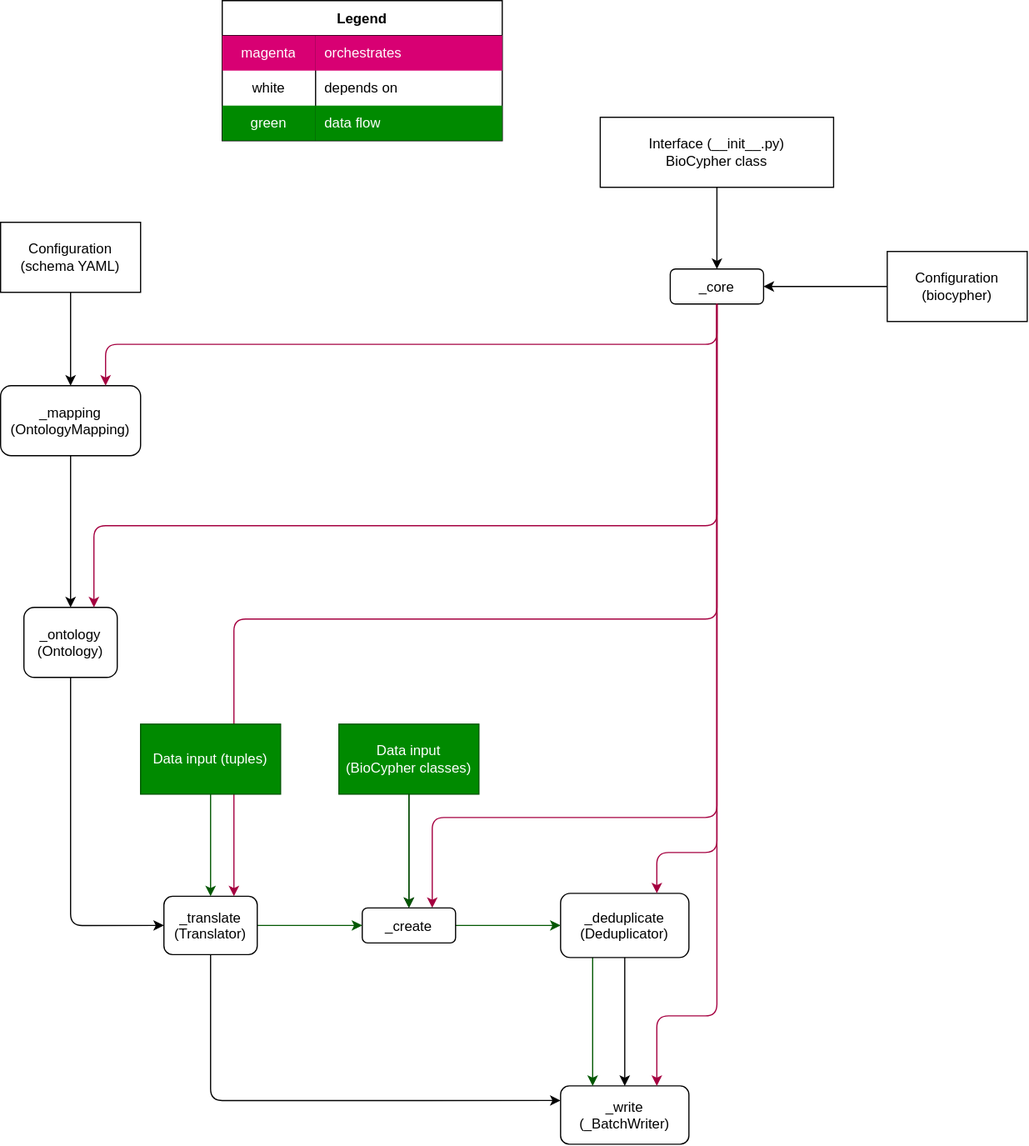
biocypher/biocypher keeps this draw.io diagram as write_mode.drawio.svg. Above is the earlier version. Source tidied: cells renumbered, new cells last; positions are measured from the earlier drawing's top-left corner, leaving out a move shared by most shapes.
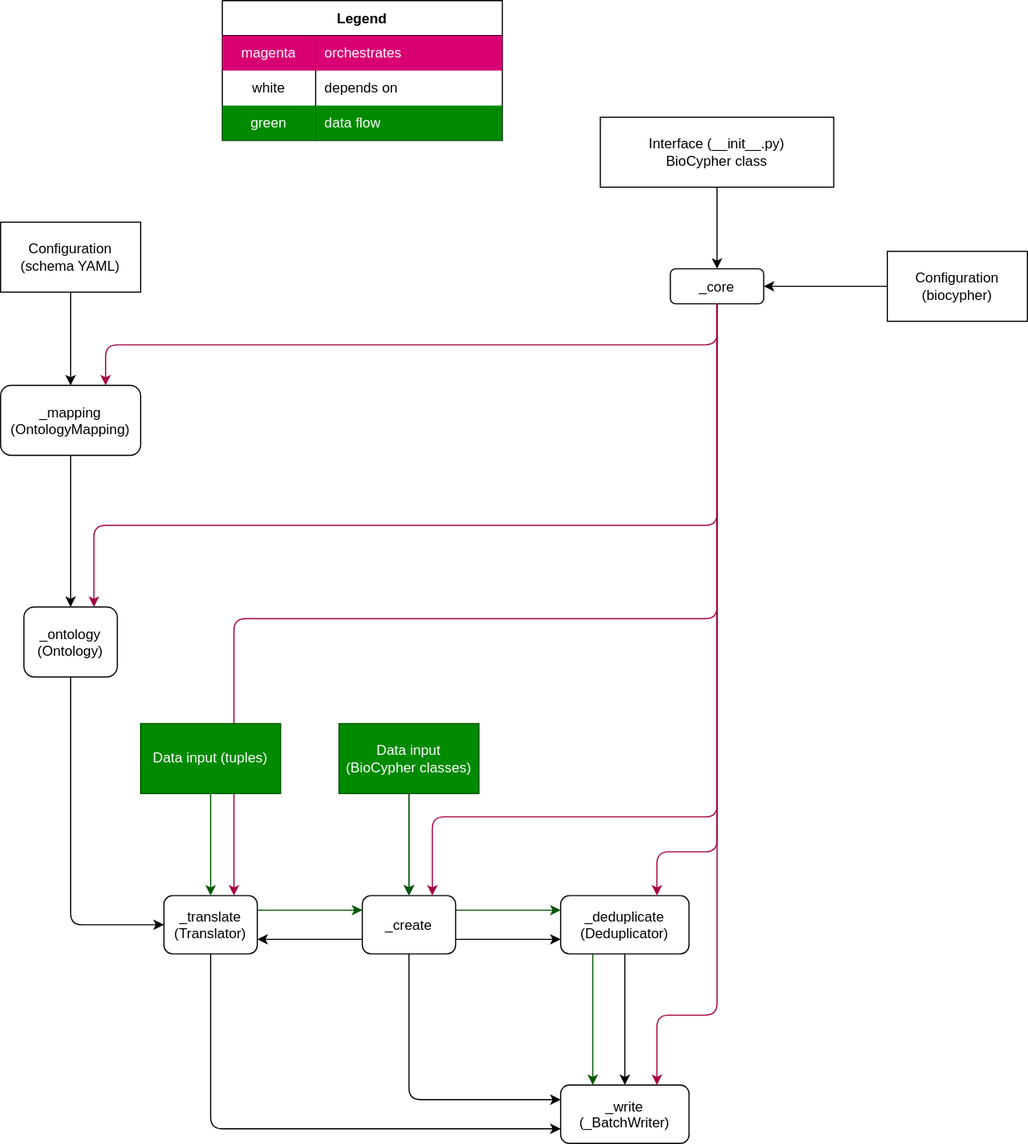
The same diagram one commit later.

What changed in the source:
```diff
@@ -24,10 +24,10 @@
         </Array>
       </mxGeometry>
     </mxCell>
-    <mxCell id="6" style="edgeStyle=orthogonalEdgeStyle;html=1;exitX=1;exitY=0.5;exitDx=0;exitDy=0;entryX=0;entryY=0.5;entryDx=0;entryDy=0;elbow=vertical;fillColor=#008a00;strokeColor=#005700;" parent="1" edge="1" source="8" target="23">
+    <mxCell id="6" style="edgeStyle=orthogonalEdgeStyle;html=1;exitX=1;exitY=0.25;exitDx=0;exitDy=0;entryX=0;entryY=0.25;entryDx=0;entryDy=0;elbow=vertical;fillColor=#008a00;strokeColor=#005700;" parent="1" edge="1" source="8" target="23">
       <mxGeometry relative="1" as="geometry" />
     </mxCell>
-    <mxCell id="7" style="edgeStyle=orthogonalEdgeStyle;html=1;exitX=0.5;exitY=1;exitDx=0;exitDy=0;entryX=0;entryY=0.25;entryDx=0;entryDy=0;elbow=vertical;" parent="1" edge="1" source="8" target="4">
+    <mxCell id="7" style="edgeStyle=orthogonalEdgeStyle;html=1;exitX=0.5;exitY=1;exitDx=0;exitDy=0;entryX=0;entryY=0.75;entryDx=0;entryDy=0;elbow=vertical;" parent="1" edge="1" source="8" target="4">
       <mxGeometry relative="1" as="geometry" />
     </mxCell>
     <mxCell id="8" value="_translate&#10;(Translator)" style="rounded=1;" parent="1" vertex="1">
@@ -72,7 +72,7 @@
       <mxGeometry relative="1" as="geometry" />
     </mxCell>
     <mxCell id="17" value="_deduplicate&#10;(Deduplicator)" style="rounded=1;" parent="1" vertex="1">
-      <mxGeometry x="480" y="765" width="110" height="55" as="geometry" />
+      <mxGeometry x="480" y="767.5" width="110" height="50" as="geometry" />
     </mxCell>
     <mxCell id="18" style="edgeStyle=elbowEdgeStyle;elbow=vertical;fillColor=#d80073;strokeColor=#A50040;entryX=0.75;entryY=0;entryDx=0;entryDy=0;" parent="1" edge="1" source="3" target="17">
       <mxGeometry relative="1" as="geometry">
@@ -90,11 +90,20 @@
     <mxCell id="21" style="edgeStyle=elbowEdgeStyle;elbow=vertical;exitX=0.5;exitY=1;exitDx=0;exitDy=0;fillColor=#d80073;strokeColor=#A50040;entryX=0.75;entryY=0;entryDx=0;entryDy=0;" parent="1" edge="1" source="3" target="20">
       <mxGeometry relative="1" as="geometry" />
     </mxCell>
-    <mxCell id="22" style="edgeStyle=orthogonalEdgeStyle;html=1;exitX=1;exitY=0.5;exitDx=0;exitDy=0;entryX=0;entryY=0.5;entryDx=0;entryDy=0;elbow=vertical;fillColor=#008a00;strokeColor=#005700;" parent="1" edge="1" source="23" target="17">
+    <mxCell id="22" style="edgeStyle=orthogonalEdgeStyle;html=1;exitX=1;exitY=0.25;exitDx=0;exitDy=0;entryX=0;entryY=0.25;entryDx=0;entryDy=0;elbow=vertical;fillColor=#008a00;strokeColor=#005700;" parent="1" edge="1" source="23" target="17">
       <mxGeometry relative="1" as="geometry" />
     </mxCell>
+    <mxCell id="43" style="edgeStyle=none;html=1;exitX=0;exitY=0.75;exitDx=0;exitDy=0;entryX=1;entryY=0.75;entryDx=0;entryDy=0;" parent="1" edge="1" source="23" target="8">
+      <mxGeometry relative="1" as="geometry" />
+    </mxCell>
+    <mxCell id="44" style="edgeStyle=none;html=1;exitX=1;exitY=0.75;exitDx=0;exitDy=0;entryX=0;entryY=0.75;entryDx=0;entryDy=0;" parent="1" edge="1" source="23" target="17">
+      <mxGeometry relative="1" as="geometry" />
+    </mxCell>
+    <mxCell id="45" style="edgeStyle=orthogonalEdgeStyle;html=1;exitX=0.5;exitY=1;exitDx=0;exitDy=0;entryX=0;entryY=0.25;entryDx=0;entryDy=0;" parent="1" edge="1" source="23" target="4">
+      <mxGeometry relative="1" as="geometry" />
+    </mxCell>
     <mxCell id="23" value="_create" style="rounded=1;" parent="1" vertex="1">
-      <mxGeometry x="310" y="777.5" width="80" height="30" as="geometry" />
+      <mxGeometry x="310" y="767.5" width="80" height="50" as="geometry" />
     </mxCell>
     <mxCell id="24" style="edgeStyle=elbowEdgeStyle;elbow=vertical;exitX=0.5;exitY=1;exitDx=0;exitDy=0;startArrow=none;" parent="1" edge="1" source="32" target="23">
       <mxGeometry relative="1" as="geometry" />
```
